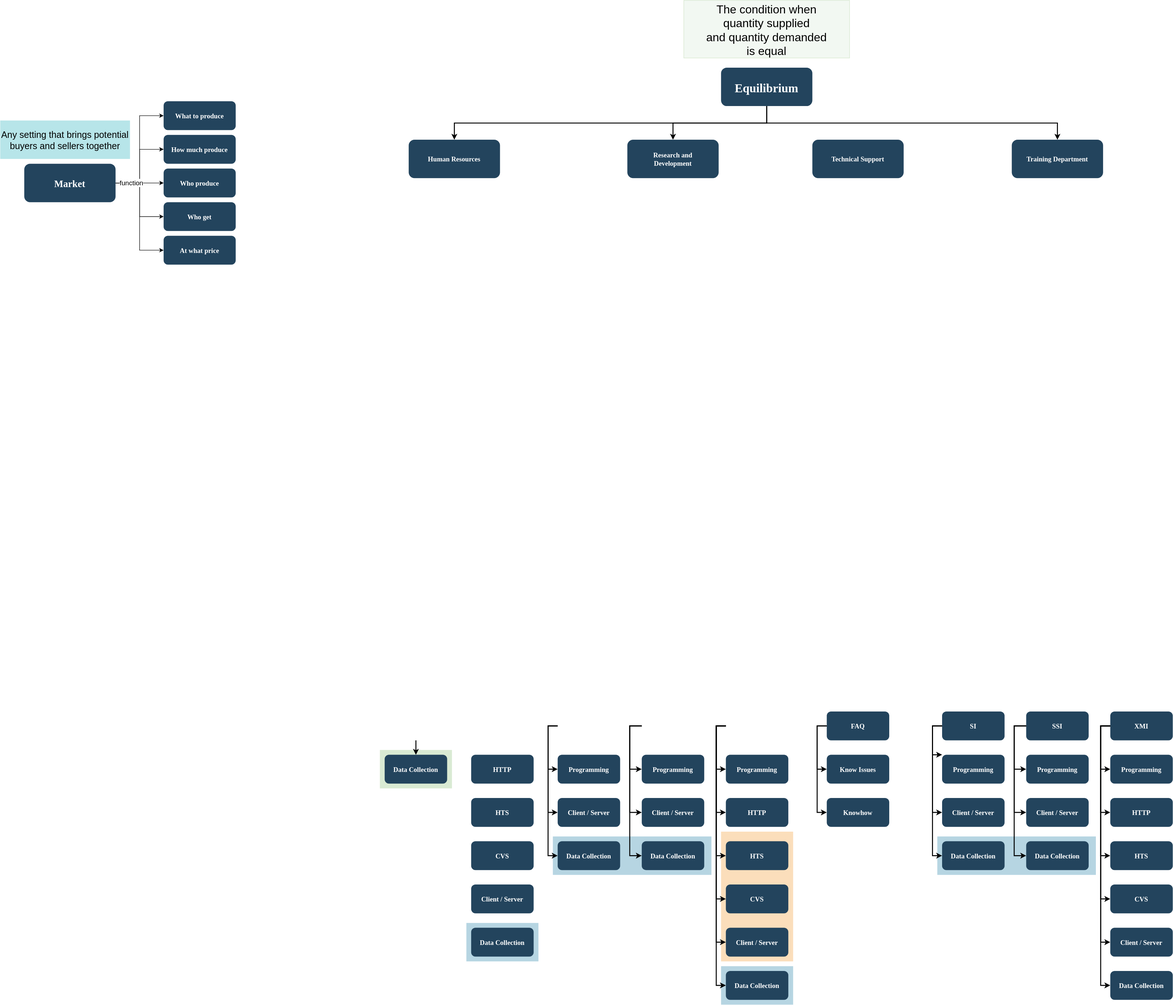
Before: Equilibrium.drawio.svg, a diagram exported from draw.io (Linglei1226/Data_Science). Source tidied: cells renumbered, new cells last; positions are measured from the earlier drawing's top-left corner, leaving out a move shared by most shapes.
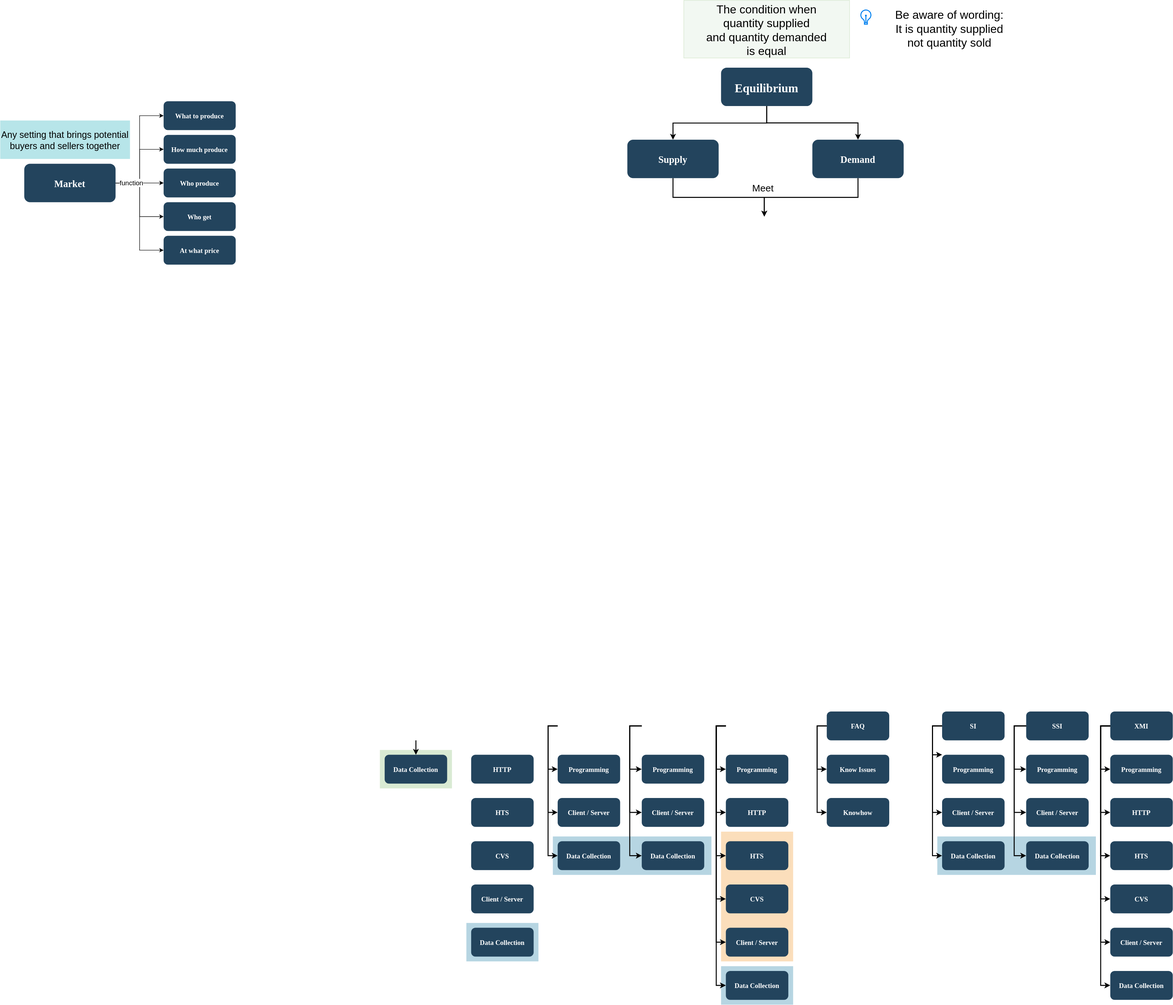
The same diagram one commit later.

Change to the diagram source:
```diff
@@ -23,24 +23,28 @@
     <mxCell id="8" style="fillColor=#D9EAD3;strokeColor=none;" parent="1" vertex="1">
       <mxGeometry x="790" y="1560" width="150" height="80" as="geometry" />
     </mxCell>
+    <mxCell id="93" style="edgeStyle=orthogonalEdgeStyle;rounded=0;jettySize=auto;html=1;exitX=0.5;exitY=1;exitDx=0;exitDy=0;fontSize=20;strokeWidth=2;" parent="1" edge="1" source="9" target="12">
+      <mxGeometry relative="1" as="geometry" />
+    </mxCell>
     <mxCell id="9" value="Equilibrium" style="rounded=1;fillColor=#23445D;gradientColor=none;strokeColor=none;fontColor=#FFFFFF;fontStyle=1;fontFamily=Tahoma;fontSize=25;" parent="1" vertex="1">
       <mxGeometry x="1500" y="140" width="190" height="80" as="geometry" />
     </mxCell>
-    <mxCell id="10" value="Training Department" style="rounded=1;fillColor=#23445D;gradientColor=none;strokeColor=none;fontColor=#FFFFFF;fontStyle=1;fontFamily=Tahoma;fontSize=14;" parent="1" vertex="1">
-      <mxGeometry x="2105" y="290" width="190" height="80" as="geometry" />
-    </mxCell>
-    <mxCell id="11" style="edgeStyle=elbowEdgeStyle;elbow=vertical;strokeWidth=2;rounded=0;" parent="1" edge="1" source="9" target="10">
-      <mxGeometry x="1200" y="230" as="geometry" />
-    </mxCell>
+    <mxCell id="94" style="edgeStyle=orthogonalEdgeStyle;rounded=0;jettySize=auto;html=1;exitX=0.5;exitY=1;exitDx=0;exitDy=0;fontSize=20;strokeWidth=2;" parent="1" edge="1" source="12">
+      <mxGeometry relative="1" as="geometry">
+        <mxPoint x="1590" y="450" as="targetPoint" />
+      </mxGeometry>
+    </mxCell>
-    <mxCell id="12" value="Technical Support" style="rounded=1;fillColor=#23445D;gradientColor=none;strokeColor=none;fontColor=#FFFFFF;fontStyle=1;fontFamily=Tahoma;fontSize=14;" parent="1" vertex="1">
+    <mxCell id="12" value="Demand" style="rounded=1;fillColor=#23445D;gradientColor=none;strokeColor=none;fontColor=#FFFFFF;fontStyle=1;fontFamily=Tahoma;fontSize=20;" parent="1" vertex="1">
       <mxGeometry x="1690" y="290" width="190" height="80" as="geometry" />
     </mxCell>
+    <mxCell id="95" style="edgeStyle=orthogonalEdgeStyle;rounded=0;jettySize=auto;html=1;exitX=0.5;exitY=1;exitDx=0;exitDy=0;fontSize=20;strokeWidth=2;" parent="1" edge="1" source="13">
+      <mxGeometry relative="1" as="geometry">
+        <mxPoint x="1590" y="450" as="targetPoint" />
+      </mxGeometry>
+    </mxCell>
-    <mxCell id="13" value="Research and &#10;Development" style="rounded=1;fillColor=#23445D;gradientColor=none;strokeColor=none;fontColor=#FFFFFF;fontStyle=1;fontFamily=Tahoma;fontSize=14;" parent="1" vertex="1">
+    <mxCell id="13" value="Supply" style="rounded=1;fillColor=#23445D;gradientColor=none;strokeColor=none;fontColor=#FFFFFF;fontStyle=1;fontFamily=Tahoma;fontSize=20;" parent="1" vertex="1">
       <mxGeometry x="1305" y="290" width="190" height="80" as="geometry" />
     </mxCell>
-    <mxCell id="14" value="Human Resources" style="rounded=1;fillColor=#23445D;gradientColor=none;strokeColor=none;fontColor=#FFFFFF;fontStyle=1;fontFamily=Tahoma;fontSize=14;" parent="1" vertex="1">
-      <mxGeometry x="850" y="290" width="190" height="80" as="geometry" />
-    </mxCell>
     <mxCell id="15" value="Data Collection" style="rounded=1;fillColor=#23445D;gradientColor=none;strokeColor=none;fontColor=#FFFFFF;fontStyle=1;fontFamily=Tahoma;fontSize=14;" parent="1" vertex="1">
       <mxGeometry x="800" y="1570" width="130" height="60" as="geometry" />
     </mxCell>
@@ -152,9 +156,6 @@
     <mxCell id="51" style="edgeStyle=elbowEdgeStyle;elbow=vertical;strokeWidth=2;rounded=0;" parent="1" edge="1" source="9" target="13">
       <mxGeometry x="1210" y="240" as="geometry" />
     </mxCell>
-    <mxCell id="52" style="edgeStyle=elbowEdgeStyle;elbow=vertical;strokeWidth=2;rounded=0;" parent="1" edge="1" source="9" target="14">
-      <mxGeometry x="840" y="150" as="geometry" />
-    </mxCell>
     <mxCell id="53" style="edgeStyle=elbowEdgeStyle;elbow=horizontal;strokeWidth=2;rounded=0;" parent="1" edge="1" target="21">
       <mxGeometry x="840" y="1220" as="geometry">
         <mxPoint x="1160" y="1510" as="sourcePoint" />
@@ -395,5 +396,14 @@
     <mxCell id="92" value="At what price" style="rounded=1;fillColor=#23445D;gradientColor=none;strokeColor=none;fontColor=#FFFFFF;fontStyle=1;fontFamily=Tahoma;fontSize=14;" parent="1" vertex="1">
       <mxGeometry x="340" y="490" width="150" height="60" as="geometry" />
     </mxCell>
+    <mxCell id="96" style="html=1;verticalLabelPosition=bottom;align=center;labelBackgroundColor=#ffffff;verticalAlign=top;strokeWidth=2;strokeColor=#0080F0;shadow=0;dashed=0;shape=mxgraph.ios7.icons.lightbulb;fontSize=24;" parent="1" vertex="1">
+      <mxGeometry x="1790" y="20" width="22.8" height="29.7" as="geometry" />
+    </mxCell>
+    <mxCell id="97" value="Be aware of wording:&lt;br&gt;It is quantity supplied &lt;br&gt;not quantity sold" style="text;html=1;align=center;verticalAlign=middle;strokeColor=none;fillColor=none;fontSize=24;" parent="1" vertex="1">
+      <mxGeometry x="1850" y="10" width="250" height="100" as="geometry" />
+    </mxCell>
+    <mxCell id="98" value="Meet" style="text;html=1;align=center;verticalAlign=middle;strokeColor=none;fillColor=none;fontSize=20;" parent="1" vertex="1">
+      <mxGeometry x="1552" y="370" width="70" height="40" as="geometry" />
+    </mxCell>
   </root>
 </mxGraphModel>
```
